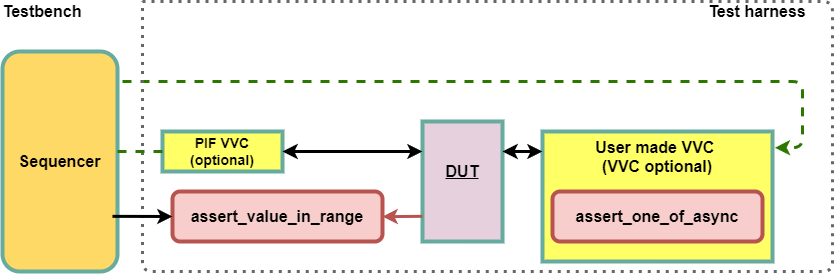
This is doc/source/images/uvvm_assertions/assertions.png from UVVM/UVVM_Light, a draw.io export, as it was before one commit. Source tidied: cells renumbered, new cells last; positions are measured from the earlier drawing's top-left corner, leaving out a move shared by most shapes.
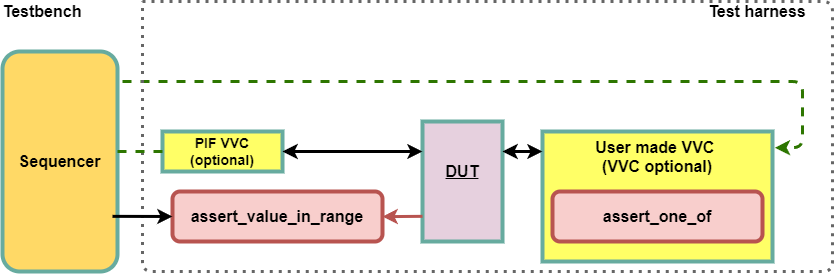
The same diagram one commit later.

The edit, as a diff of the source:
```diff
@@ -72,7 +72,7 @@
         <mxPoint x="380" y="215.2" as="targetPoint" />
       </mxGeometry>
     </mxCell>
-    <mxCell id="16" value="&lt;span style=&quot;font-size: 16px;&quot;&gt;&lt;b&gt;assert_one_of_async&lt;/b&gt;&lt;/span&gt;" style="rounded=1;whiteSpace=wrap;html=1;fillColor=#f8cecc;strokeColor=#b85450;strokeWidth=4;" parent="1" vertex="1">
+    <mxCell id="16" value="&lt;span style=&quot;font-size: 16px;&quot;&gt;&lt;b&gt;assert_one_of&lt;br&gt;&lt;/b&gt;&lt;/span&gt;" style="rounded=1;whiteSpace=wrap;html=1;fillColor=#f8cecc;strokeColor=#b85450;strokeWidth=4;" parent="1" vertex="1">
       <mxGeometry x="550" y="190" width="210" height="50" as="geometry" />
     </mxCell>
     <mxCell id="17" style="endArrow=none;html=1;exitX=0;exitY=0.5;exitDx=0;exitDy=0;fillColor=#d5e8d4;strokeColor=#000000;strokeWidth=3;endFill=0;startArrow=classic;startFill=1;" parent="1" edge="1" source="14">
```
